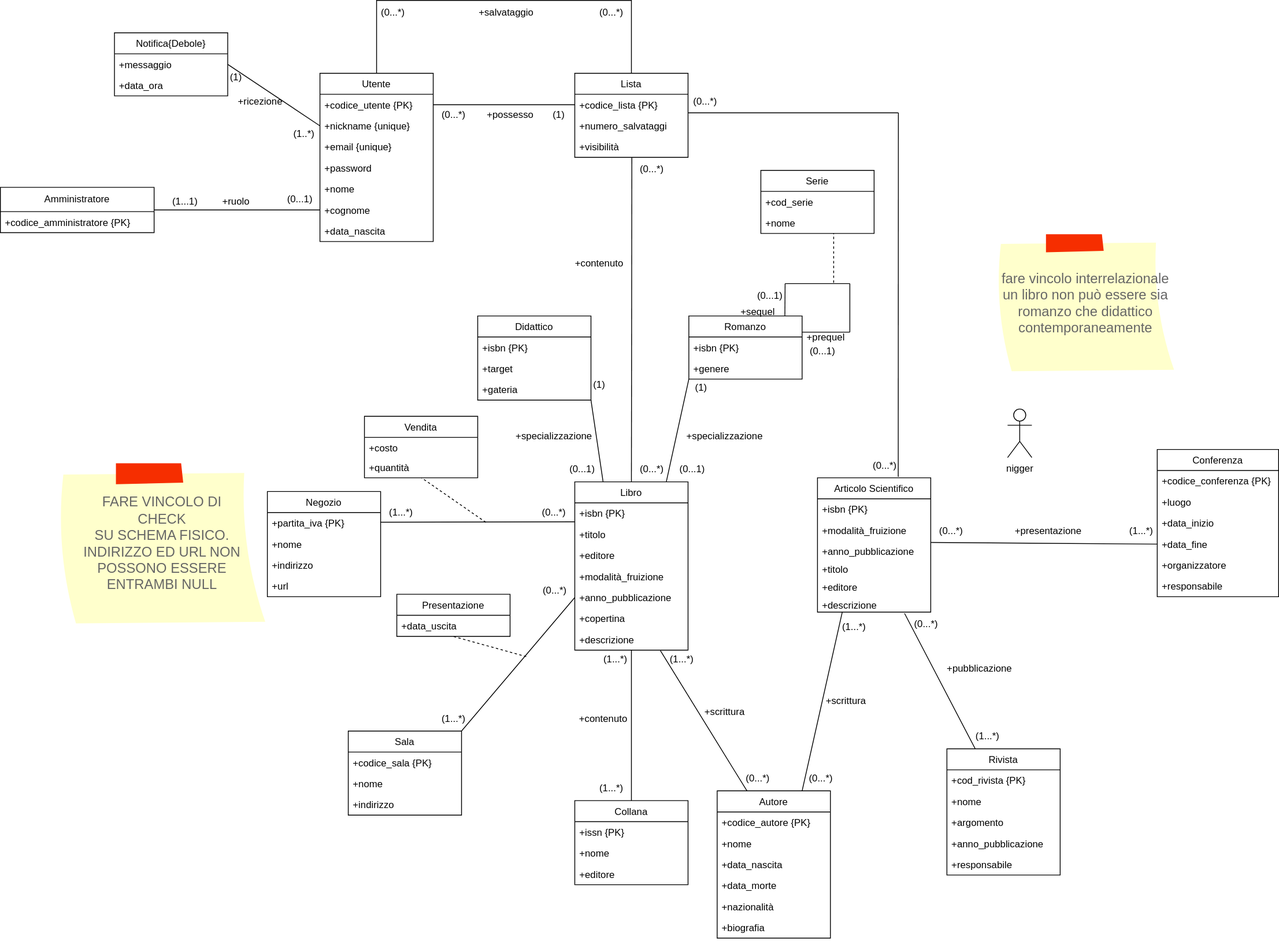
m3tt0/Progetto_OB_BASI keeps this draw.io diagram as Modello_Concettuale_Ristrutturato.drawio.svg. Above is the earlier version. Source tidied: cells renumbered, new cells last; positions are measured from the earlier drawing's top-left corner, leaving out a move shared by most shapes.
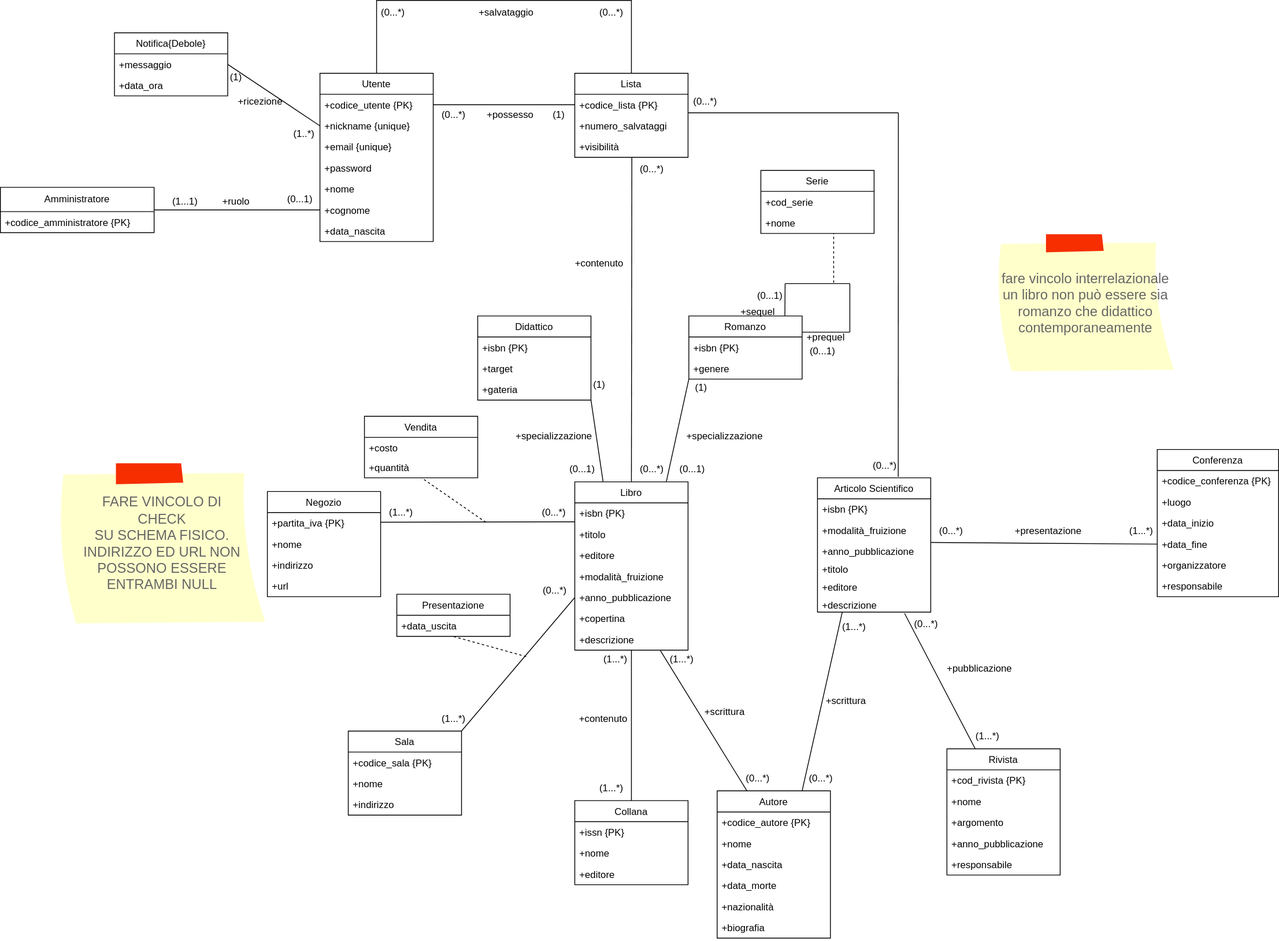
The same diagram one commit later.

The edit, as a diff of the source:
```diff
@@ -487,8 +487,5 @@
         <mxPoint x="1030" y="288" as="targetPoint" />
       </mxGeometry>
     </mxCell>
-    <mxCell id="154" value="nigger" style="shape=umlActor;verticalLabelPosition=bottom;verticalAlign=top;html=1;" parent="1" vertex="1">
-      <mxGeometry x="1245" y="505" width="30" height="60" as="geometry" />
-    </mxCell>
   </root>
 </mxGraphModel>
```
